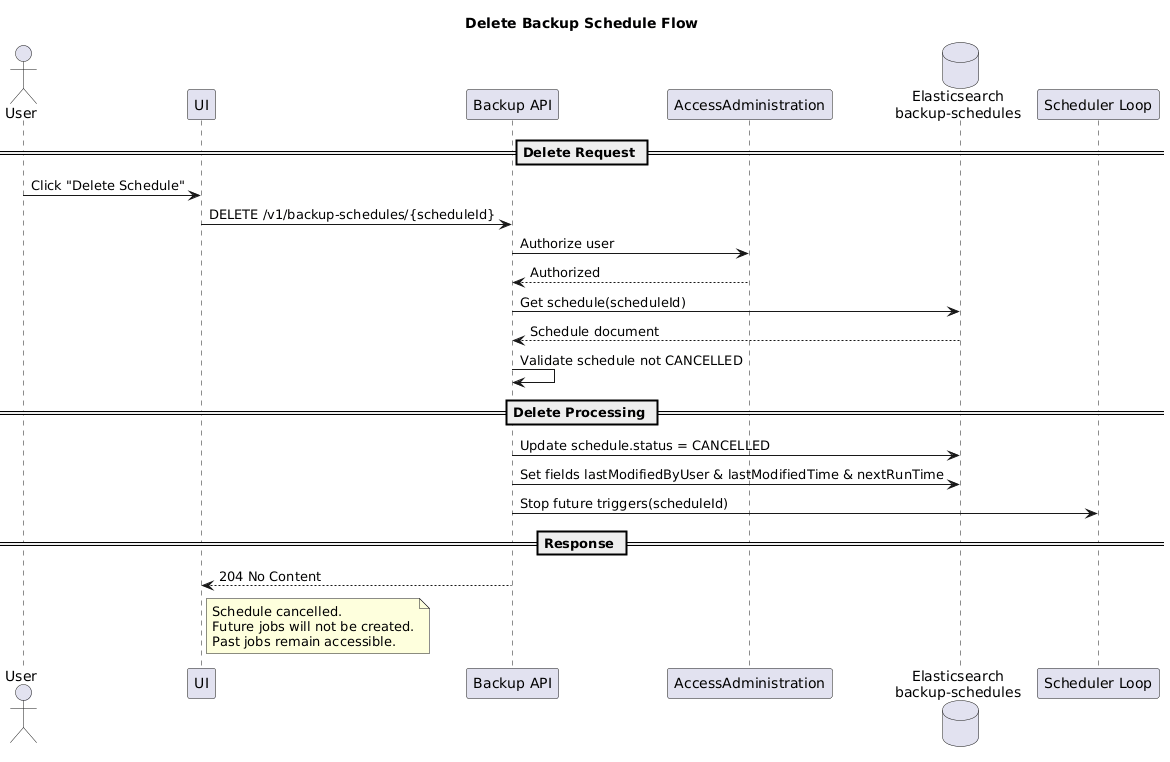
Before: spec/diagrams/CancelBackupSchedule/CancelBackupSchedulePNG.png, a diagram exported from PlantUML (openBackhaul/_BackupAndRestore).
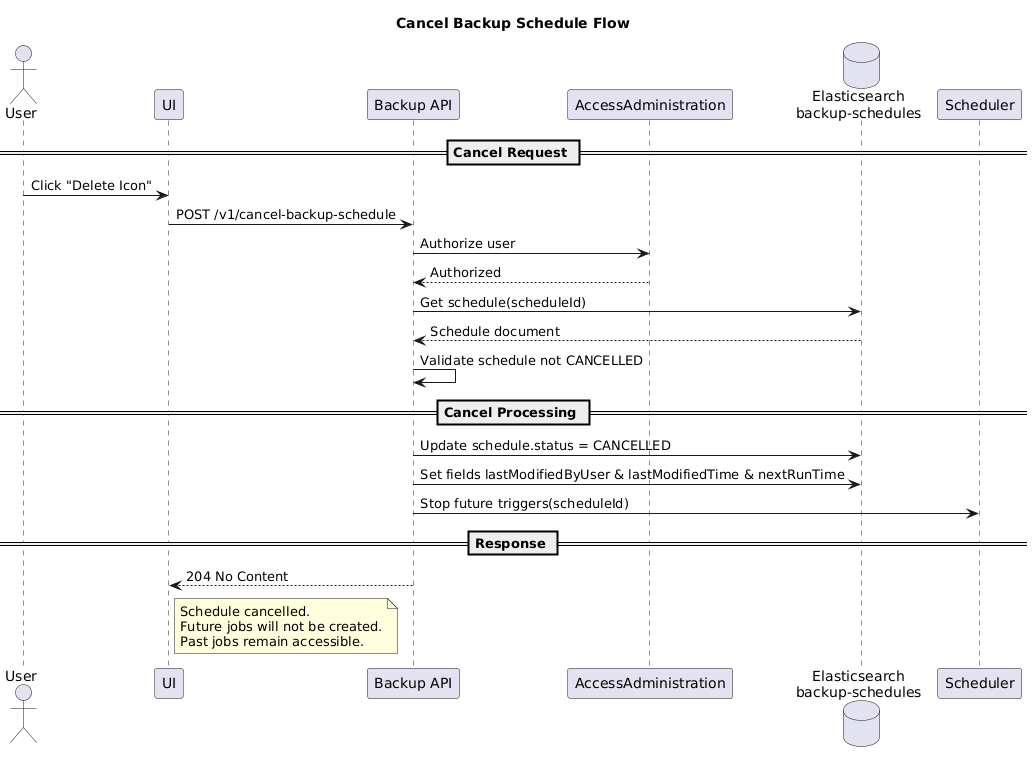
The same file after the commit.

What changed in the source:
```diff
@@ -1,17 +1,17 @@
 @startuml
-title Delete Backup Schedule Flow
+title Cancel Backup Schedule Flow
 
 actor User
 participant UI
 participant "Backup API" as API
 participant "AccessAdministration" as Auth
 database "Elasticsearch\nbackup-schedules" as SchedES
-participant "Scheduler Loop" as Scheduler
+participant "Scheduler" as Scheduler
 
-== Delete Request ==
+== Cancel Request ==
 
-User -> UI : Click "Delete Schedule"
-UI -> API : DELETE /v1/backup-schedules/{scheduleId}
+User -> UI : Click "Delete Icon"
+UI -> API : POST /v1/cancel-backup-schedule
 
 API -> Auth : Authorize user
 Auth --> API : Authorized
@@ -21,7 +21,7 @@
 
 API -> API : Validate schedule not CANCELLED
 
-== Delete Processing ==
+== Cancel Processing ==
 
 API -> SchedES : Update schedule.status = CANCELLED
 API -> SchedES : Set fields lastModifiedByUser & lastModifiedTime & nextRunTime
```
